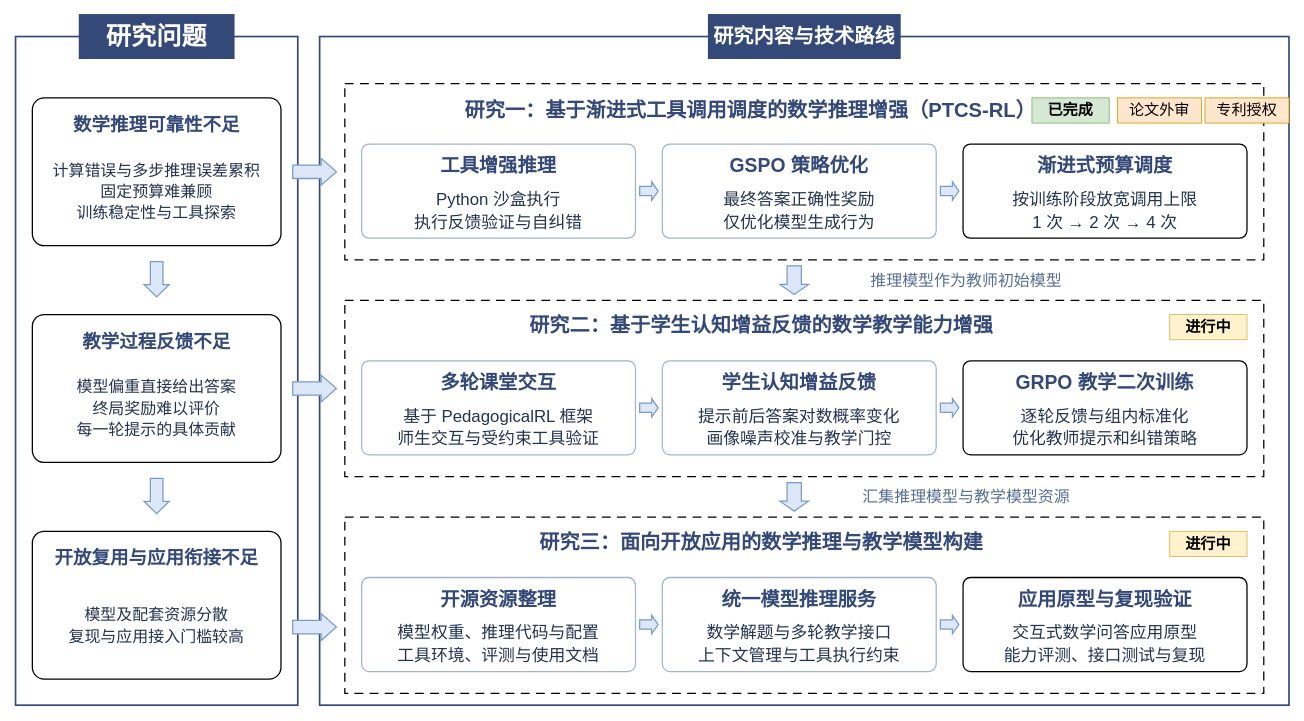
Earlier version of the draw.io diagram 插图/中期答辩-研究内容与总体技术路线.drawio (1145523635/self-paper). Source tidied: cells renumbered, new cells numbered last; positions are measured from the earlier drawing's top-left corner, leaving out a move shared by most shapes. Both pictures are drawn from the tidied source at 84%, with x=0, y=0 at pixel (15, 14).
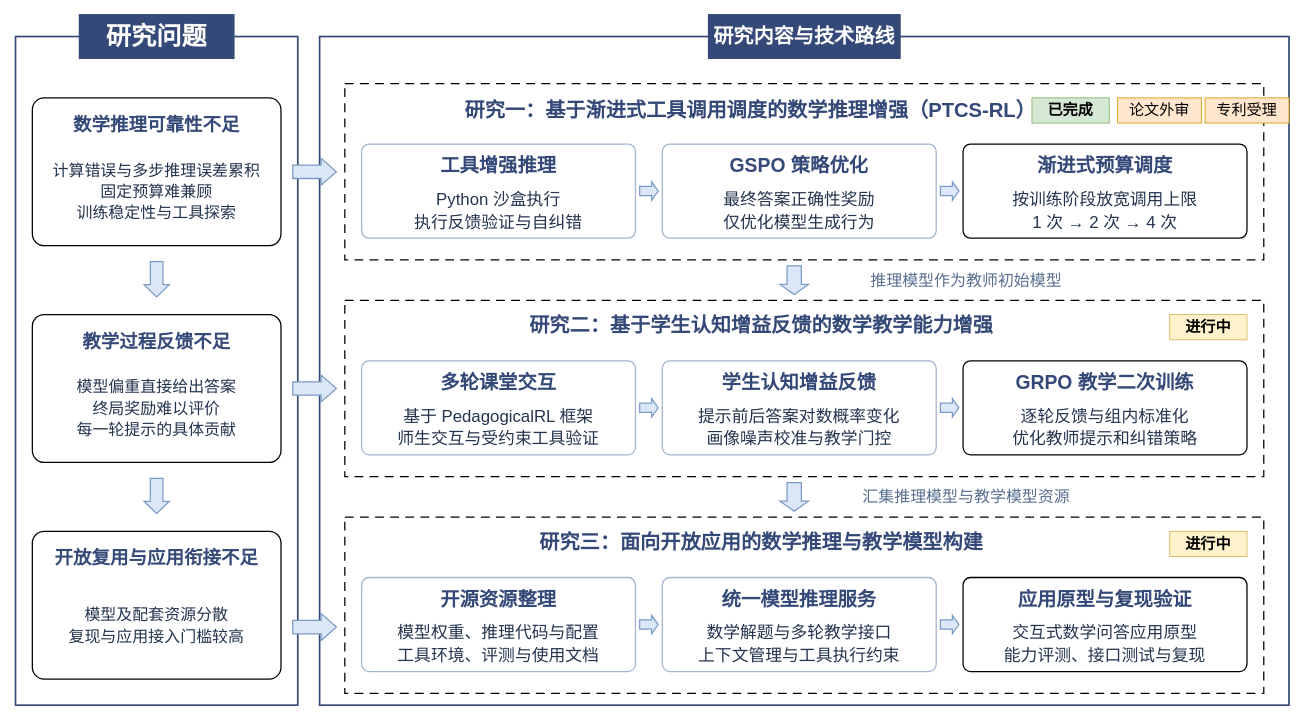
After the change.

Diff of the diagram source:
```diff
@@
-    <mxCell id="69" value="&lt;span style=&quot;font-size: 18px;&quot;&gt;专利授权&lt;/span&gt;" style="text;html=1;whiteSpace=wrap;strokeColor=#d79b00;fillColor=#ffe6cc;align=center;verticalAlign=middle;rounded=0;" parent="1" vertex="1">
+    <mxCell id="69" value="&lt;span style=&quot;font-size: 18px;&quot;&gt;专利受理&lt;/span&gt;" style="text;html=1;whiteSpace=wrap;strokeColor=#d79b00;fillColor=#ffe6cc;align=center;verticalAlign=middle;rounded=0;" parent="1" vertex="1">
       <mxGeometry x="1416" y="99" width="100" height="30" as="geometry" />
     </mxCell>
```
